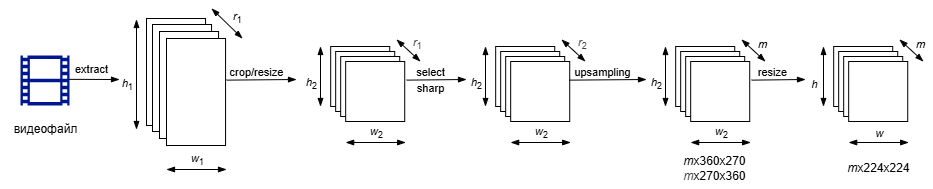
The draw.io diagram img/framer.drawio.png in romangorbunov91/TBDLGR, before a commit. Source tidied: cells renumbered, new cells last; positions are measured from the earlier drawing's top-left corner, leaving out a move shared by most shapes.
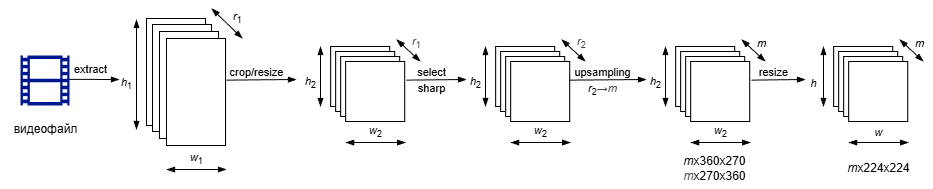
After the change.

Commit message:
Добавленны диаграммы в README.

What changed in the source:
```diff
@@ -191,6 +191,11 @@
         <mxPoint x="-6" y="-8" as="offset" />
       </mxGeometry>
     </mxCell>
+    <mxCell id="67" value="&lt;font&gt;&lt;i&gt;r&lt;/i&gt;&lt;sub&gt;2&lt;/sub&gt;&lt;span style=&quot;color: rgb(71, 71, 71); font-family: &amp;quot;Google Sans&amp;quot;, Arial, sans-serif; text-align: start; text-wrap-mode: wrap;&quot;&gt;→&lt;i&gt;m&lt;/i&gt;&lt;/span&gt;&lt;/font&gt;" style="edgeLabel;html=1;align=center;verticalAlign=middle;" parent="41" vertex="1">
+      <mxGeometry x="0.02" relative="1" as="geometry">
+        <mxPoint x="-6" y="10" as="offset" />
+      </mxGeometry>
+    </mxCell>
     <mxCell id="43" style="rounded=0;whiteSpace=wrap;html=1;" parent="1" vertex="1">
       <mxGeometry x="675.2" y="38" width="59.1" height="60" as="geometry" />
     </mxCell>
```
